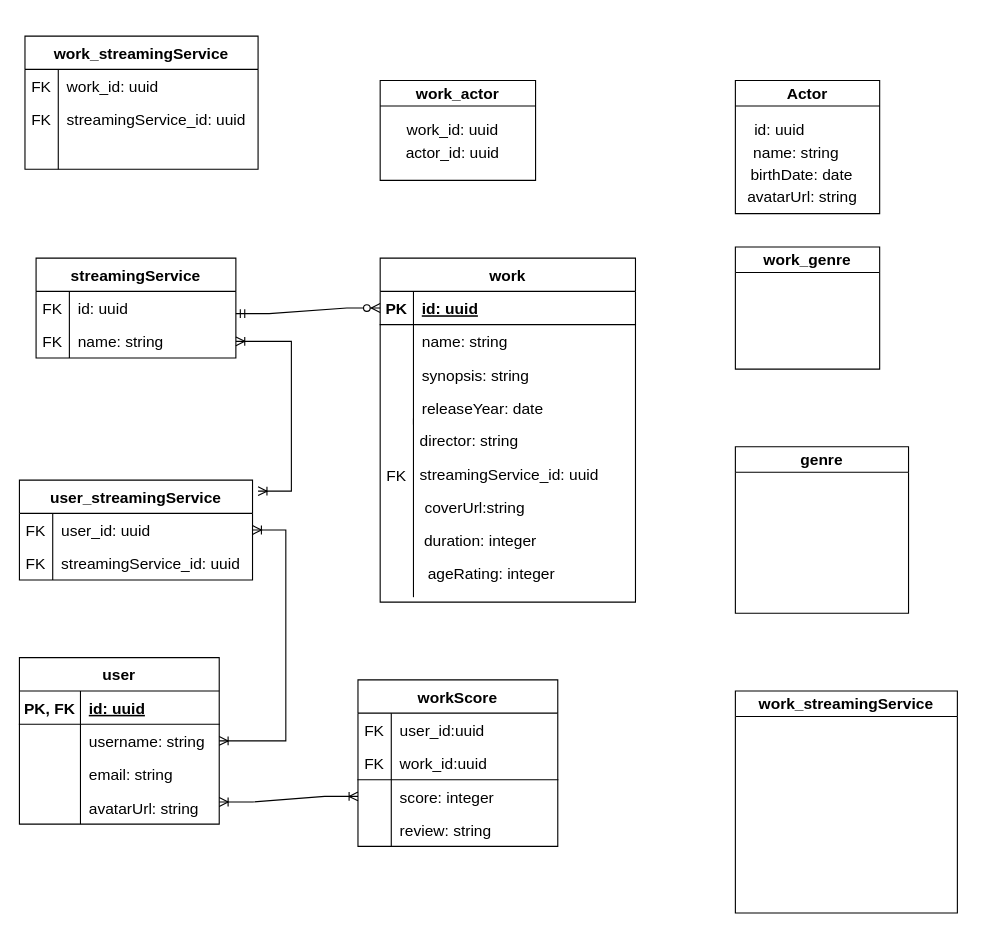
The draw.io diagram Diagrama sem nome.drawio in wiliansanello/videoteca-do-streaming, before the edit. Source tidied: cells renumbered, new cells numbered last; positions are measured from the earlier drawing's top-left corner, leaving out a move shared by most shapes. Both pictures are drawn from the tidied source at 111%, with x=0, y=0 at pixel (19, 36).
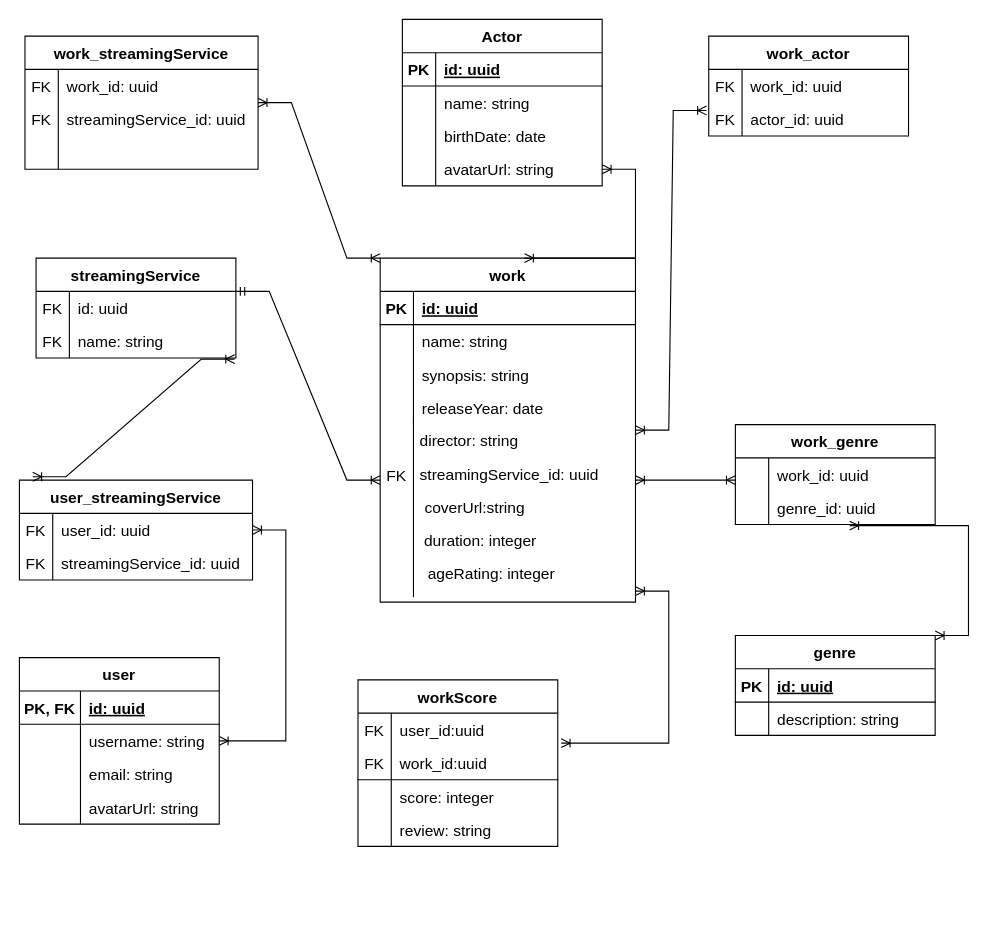
Above is the later version.

Commit message (it also covers changes not shown here):
Primeira versão

Unchanged cells that the change refers to:
```xml
<mxCell id="13" value="work" style="shape=table;startSize=30;childLayout=tableLayout;rowLines=0;fontStyle=1;align=center;fontSize=14;" parent="1" vertex="1">
  <mxGeometry x="325" y="200" width="230" height="310" as="geometry" />
</mxCell>
<mxCell id="14" style="shape=tableRow;horizontal=0;startSize=0;swimlaneHead=0;swimlaneBody=0;fillColor=none;points=[[0,0.5],[1,0.5]];portConstraint=eastwest;top=0;left=0;right=0;bottom=1;fontSize=14;" parent="13" vertex="1">
  <mxGeometry y="30" width="230" height="30" as="geometry" />
</mxCell>
<mxCell id="38" style="shape=tableRow;horizontal=0;startSize=0;swimlaneHead=0;swimlaneBody=0;fillColor=none;points=[[0,0.5],[1,0.5]];portConstraint=eastwest;top=0;left=0;right=0;bottom=0;fontSize=14;" parent="34" vertex="1">
  <mxGeometry y="60" width="180" height="30" as="geometry" />
</mxCell>
<mxCell id="41" value="user_streamingService" style="shape=table;startSize=30;childLayout=tableLayout;rowLines=0;fontStyle=1;align=center;fontSize=14;" parent="1" vertex="1">
  <mxGeometry y="400" width="210" height="90" as="geometry" />
</mxCell>
<mxCell id="69" style="shape=tableRow;horizontal=0;startSize=0;swimlaneHead=0;swimlaneBody=0;fillColor=none;points=[[0,0.5],[1,0.5]];portConstraint=eastwest;top=0;left=0;right=0;bottom=1;fontSize=14;" parent="65" vertex="1">
  <mxGeometry y="60" width="180" height="30" as="geometry" />
</mxCell>
<mxCell id="72" style="shape=tableRow;horizontal=0;startSize=0;swimlaneHead=0;swimlaneBody=0;fillColor=none;points=[[0,0.5],[1,0.5]];portConstraint=eastwest;top=0;left=0;right=0;bottom=0;fontSize=14;" parent="65" vertex="1">
  <mxGeometry y="90" width="180" height="30" as="geometry" />
</mxCell>
```

What changed in the source:
```diff
@@
-    <mxCell id="2" value="Actor" style="swimlane;whiteSpace=wrap;html=1;fontSize=14;" parent="1" vertex="1">
-      <mxGeometry x="645" y="40" width="130" height="120" as="geometry" />
-    </mxCell>
-    <mxCell id="3" value="id: uuid" style="text;html=1;strokeColor=none;fillColor=none;align=center;verticalAlign=middle;whiteSpace=wrap;rounded=0;fontSize=14;" parent="2" vertex="1">
-      <mxGeometry x="10" y="30" width="60" height="30" as="geometry" />
-    </mxCell>
-    <mxCell id="4" value="name: string" style="text;html=1;strokeColor=none;fillColor=none;align=center;verticalAlign=middle;whiteSpace=wrap;rounded=0;fontSize=14;" parent="2" vertex="1">
-      <mxGeometry x="5" y="50" width="100" height="30" as="geometry" />
-    </mxCell>
-    <mxCell id="5" value="birthDate: date" style="text;html=1;strokeColor=none;fillColor=none;align=center;verticalAlign=middle;whiteSpace=wrap;rounded=0;fontSize=14;" parent="2" vertex="1">
-      <mxGeometry x="5" y="70" width="110" height="30" as="geometry" />
-    </mxCell>
-    <mxCell id="6" value="avatarUrl: string" style="text;html=1;align=center;verticalAlign=middle;strokeColor=none;fillColor=none;fontSize=14;" parent="2" vertex="1">
-      <mxGeometry y="90" width="120" height="30" as="geometry" />
-    </mxCell>
-    <mxCell id="7" value="genre" style="swimlane;whiteSpace=wrap;html=1;fontSize=14;" parent="1" vertex="1">
-      <mxGeometry x="645" y="370" width="156" height="150" as="geometry" />
-    </mxCell>
-    <mxCell id="8" value="work_genre" style="swimlane;whiteSpace=wrap;html=1;fontSize=14;startSize=23;" parent="1" vertex="1">
-      <mxGeometry x="645" y="190" width="130" height="110" as="geometry" />
-    </mxCell>
-    <mxCell id="9" value="work_actor" style="swimlane;whiteSpace=wrap;html=1;fontSize=14;" parent="1" vertex="1">
-      <mxGeometry x="325" y="40" width="140" height="90" as="geometry" />
-    </mxCell>
-    <mxCell id="10" value="work_id: uuid" style="text;html=1;align=center;verticalAlign=middle;strokeColor=none;fillColor=none;fontSize=14;" parent="9" vertex="1">
-      <mxGeometry x="10" y="30" width="110" height="30" as="geometry" />
-    </mxCell>
-    <mxCell id="11" value="actor_id: uuid" style="text;html=1;align=center;verticalAlign=middle;strokeColor=none;fillColor=none;fontSize=14;" parent="9" vertex="1">
-      <mxGeometry x="10" y="50" width="110" height="30" as="geometry" />
-    </mxCell>
-    <mxCell id="12" value="work_streamingService" style="swimlane;whiteSpace=wrap;html=1;fontSize=14;" parent="1" vertex="1">
-      <mxGeometry x="645" y="590" width="200" height="200" as="geometry" />
-    </mxCell>
@@
-    <mxCell id="49" style="edgeStyle=entityRelationEdgeStyle;fontSize=12;html=1;endArrow=ERzeroToMany;startArrow=ERmandOne;rounded=0;entryX=0;entryY=0.5;entryDx=0;entryDy=0;" parent="1" edge="1" target="14">
-      <mxGeometry relative="1" as="geometry">
-        <mxPoint x="195" y="250" as="sourcePoint" />
-      </mxGeometry>
-    </mxCell>
@@
-    <mxCell id="64" style="edgeStyle=entityRelationEdgeStyle;fontSize=12;html=1;endArrow=ERoneToMany;startArrow=ERoneToMany;rounded=0;" parent="1" edge="1" target="38">
+    <mxCell id="64" style="edgeStyle=entityRelationEdgeStyle;fontSize=12;html=1;endArrow=ERoneToMany;startArrow=ERoneToMany;rounded=0;entryX=0.994;entryY=1.033;entryDx=0;entryDy=0;exitX=0.057;exitY=-0.033;exitDx=0;exitDy=0;entryPerimeter=0;exitPerimeter=0;" parent="1" edge="1" source="41" target="38">
       <mxGeometry x="-1" y="206" relative="1" as="geometry">
-        <mxPoint x="215" y="410" as="sourcePoint" />
         <mxPoint x="-180" y="106" as="offset" />
       </mxGeometry>
     </mxCell>
@@
-    <mxCell id="78" style="edgeStyle=entityRelationEdgeStyle;fontSize=12;html=1;endArrow=ERoneToMany;startArrow=ERoneToMany;rounded=0;entryX=0;entryY=0.5;entryDx=0;entryDy=0;" parent="1" edge="1" target="72">
+    <mxCell id="78" style="edgeStyle=entityRelationEdgeStyle;fontSize=12;html=1;endArrow=ERoneToMany;startArrow=ERoneToMany;rounded=0;entryX=1.017;entryY=-0.1;entryDx=0;entryDy=0;entryPerimeter=0;" parent="1" edge="1" target="69">
       <mxGeometry x="-1" y="73" relative="1" as="geometry">
-        <mxPoint x="180" y="690" as="sourcePoint" />
+        <mxPoint x="555" y="500" as="sourcePoint" />
         <mxPoint x="-70" y="53" as="offset" />
       </mxGeometry>
     </mxCell>
@@
+    <mxCell id="9" value="work_actor" style="shape=table;startSize=30;childLayout=tableLayout;rowLines=0;fontStyle=1;align=center;fontSize=14;" parent="1" vertex="1">
+      <mxGeometry x="621" width="180" height="90" as="geometry" />
+    </mxCell>
+    <mxCell id="89" style="shape=tableRow;horizontal=0;startSize=0;swimlaneHead=0;swimlaneBody=0;fillColor=none;top=0;left=0;right=0;bottom=0;fontSize=14;" parent="9" vertex="1">
+      <mxGeometry y="30" width="180" height="30" as="geometry" />
+    </mxCell>
+    <mxCell id="90" value="FK" style="shape=partialRectangle;fillColor=none;top=0;left=0;bottom=0;right=0;overflow=hidden;fontSize=14;" parent="89" vertex="1">
+      <mxGeometry width="30" height="30" as="geometry" />
+    </mxCell>
+    <mxCell id="91" value="work_id: uuid" style="shape=partialRectangle;fillColor=none;top=0;left=0;bottom=0;right=0;align=left;spacingLeft=6;overflow=hidden;fontSize=14;" parent="89" vertex="1">
+      <mxGeometry x="30" width="150" height="30" as="geometry" />
+    </mxCell>
+    <mxCell id="92" style="shape=tableRow;horizontal=0;startSize=0;swimlaneHead=0;swimlaneBody=0;fillColor=none;points=[[0,0.5],[1,0.5]];portConstraint=eastwest;top=0;left=0;right=0;bottom=0;fontSize=14;" parent="9" vertex="1">
+      <mxGeometry y="60" width="180" height="30" as="geometry" />
+    </mxCell>
+    <mxCell id="93" value="FK" style="shape=partialRectangle;fillColor=none;top=0;left=0;bottom=0;right=0;overflow=hidden;fontSize=14;" parent="92" vertex="1">
+      <mxGeometry width="30" height="30" as="geometry" />
+    </mxCell>
+    <mxCell id="11" value="actor_id: uuid" style="shape=partialRectangle;fillColor=none;top=0;left=0;bottom=0;right=0;align=left;spacingLeft=6;overflow=hidden;fontSize=14;" parent="92" vertex="1">
+      <mxGeometry x="30" width="150" height="30" as="geometry" />
+    </mxCell>
+    <mxCell id="94" style="edgeStyle=entityRelationEdgeStyle;fontSize=12;html=1;endArrow=ERoneToMany;startArrow=ERoneToMany;rounded=0;entryX=-0.011;entryY=0.233;entryDx=0;entryDy=0;entryPerimeter=0;" parent="1" edge="1" source="13" target="92">
+      <mxGeometry x="-0.39" y="-9" relative="1" as="geometry" />
+    </mxCell>
+    <mxCell id="95" style="edgeStyle=entityRelationEdgeStyle;fontSize=12;html=1;endArrow=ERoneToMany;startArrow=ERmandOne;rounded=0;" parent="1" edge="1">
+      <mxGeometry relative="1" as="geometry">
+        <mxPoint x="195" y="230" as="sourcePoint" />
+        <mxPoint x="325" y="400" as="targetPoint" />
+      </mxGeometry>
+    </mxCell>
+    <mxCell id="2" value="Actor" style="shape=table;startSize=30;childLayout=tableLayout;rowLines=0;fontStyle=1;align=center;fontSize=14;" parent="1" vertex="1">
+      <mxGeometry x="345" y="-15" width="180" height="150" as="geometry" />
+    </mxCell>
+    <mxCell id="96" style="shape=tableRow;horizontal=0;startSize=0;swimlaneHead=0;swimlaneBody=0;fillColor=none;top=0;left=0;right=0;bottom=1;fontSize=14;" parent="2" vertex="1">
+      <mxGeometry y="30" width="180" height="30" as="geometry" />
+    </mxCell>
+    <mxCell id="97" value="PK" style="shape=partialRectangle;fillColor=none;top=0;left=0;bottom=0;right=0;fontStyle=1;overflow=hidden;fontSize=14;" parent="96" vertex="1">
+      <mxGeometry width="30" height="30" as="geometry" />
+    </mxCell>
+    <mxCell id="98" value="id: uuid" style="shape=partialRectangle;fillColor=none;top=0;left=0;bottom=0;right=0;align=left;spacingLeft=6;fontStyle=5;overflow=hidden;fontSize=14;" parent="96" vertex="1">
+      <mxGeometry x="30" width="150" height="30" as="geometry" />
+    </mxCell>
+    <mxCell id="99" style="shape=tableRow;horizontal=0;startSize=0;swimlaneHead=0;swimlaneBody=0;fillColor=none;top=0;left=0;right=0;bottom=0;fontSize=14;" parent="2" vertex="1">
+      <mxGeometry y="60" width="180" height="30" as="geometry" />
+    </mxCell>
+    <mxCell id="100" style="shape=partialRectangle;fillColor=none;top=0;left=0;bottom=0;right=0;overflow=hidden;fontSize=14;" parent="99" vertex="1">
+      <mxGeometry width="30" height="30" as="geometry" />
+    </mxCell>
+    <mxCell id="4" value="name: string" style="shape=partialRectangle;fillColor=none;top=0;left=0;bottom=0;right=0;align=left;spacingLeft=6;overflow=hidden;fontSize=14;" parent="99" vertex="1">
+      <mxGeometry x="30" width="150" height="30" as="geometry" />
+    </mxCell>
+    <mxCell id="101" style="shape=tableRow;horizontal=0;startSize=0;swimlaneHead=0;swimlaneBody=0;fillColor=none;top=0;left=0;right=0;bottom=0;fontSize=14;" parent="2" vertex="1">
+      <mxGeometry y="90" width="180" height="30" as="geometry" />
+    </mxCell>
+    <mxCell id="102" style="shape=partialRectangle;fillColor=none;top=0;left=0;bottom=0;right=0;overflow=hidden;fontSize=14;" parent="101" vertex="1">
+      <mxGeometry width="30" height="30" as="geometry" />
+    </mxCell>
+    <mxCell id="5" value="birthDate: date" style="shape=partialRectangle;fillColor=none;top=0;left=0;bottom=0;right=0;align=left;spacingLeft=6;overflow=hidden;fontSize=14;" parent="101" vertex="1">
+      <mxGeometry x="30" width="150" height="30" as="geometry" />
+    </mxCell>
+    <mxCell id="103" style="shape=tableRow;horizontal=0;startSize=0;swimlaneHead=0;swimlaneBody=0;fillColor=none;points=[[0,0.5],[1,0.5]];portConstraint=eastwest;top=0;left=0;right=0;bottom=0;fontSize=14;" parent="2" vertex="1">
+      <mxGeometry y="120" width="180" height="30" as="geometry" />
+    </mxCell>
+    <mxCell id="104" style="shape=partialRectangle;fillColor=none;top=0;left=0;bottom=0;right=0;overflow=hidden;fontSize=14;" parent="103" vertex="1">
+      <mxGeometry width="30" height="30" as="geometry" />
+    </mxCell>
+    <mxCell id="6" value="avatarUrl: string" style="shape=partialRectangle;fillColor=none;top=0;left=0;bottom=0;right=0;align=left;spacingLeft=6;overflow=hidden;fontSize=14;" parent="103" vertex="1">
+      <mxGeometry x="30" width="150" height="30" as="geometry" />
+    </mxCell>
+    <mxCell id="8" value="work_genre" style="shape=table;startSize=30;childLayout=tableLayout;rowLines=0;fontStyle=1;align=center;fontSize=14;" parent="1" vertex="1">
+      <mxGeometry x="645" y="350" width="180" height="90" as="geometry" />
+    </mxCell>
+    <mxCell id="105" style="shape=tableRow;horizontal=0;startSize=0;swimlaneHead=0;swimlaneBody=0;fillColor=none;top=0;left=0;right=0;bottom=0;fontSize=14;" parent="8" vertex="1">
+      <mxGeometry y="30" width="180" height="30" as="geometry" />
+    </mxCell>
+    <mxCell id="106" style="shape=partialRectangle;fillColor=none;top=0;left=0;bottom=0;right=0;overflow=hidden;fontSize=14;" parent="105" vertex="1">
+      <mxGeometry width="30" height="30" as="geometry" />
+    </mxCell>
+    <mxCell id="107" value="work_id: uuid" style="shape=partialRectangle;fillColor=none;top=0;left=0;bottom=0;right=0;align=left;spacingLeft=6;overflow=hidden;fontSize=14;" parent="105" vertex="1">
+      <mxGeometry x="30" width="150" height="30" as="geometry" />
+    </mxCell>
+    <mxCell id="108" style="shape=tableRow;horizontal=0;startSize=0;swimlaneHead=0;swimlaneBody=0;fillColor=none;points=[[0,0.5],[1,0.5]];portConstraint=eastwest;top=0;left=0;right=0;bottom=0;fontSize=14;" parent="8" vertex="1">
+      <mxGeometry y="60" width="180" height="30" as="geometry" />
+    </mxCell>
+    <mxCell id="109" style="shape=partialRectangle;fillColor=none;top=0;left=0;bottom=0;right=0;overflow=hidden;fontSize=14;" parent="108" vertex="1">
+      <mxGeometry width="30" height="30" as="geometry" />
+    </mxCell>
+    <mxCell id="110" value="genre_id: uuid" style="shape=partialRectangle;fillColor=none;top=0;left=0;bottom=0;right=0;align=left;spacingLeft=6;overflow=hidden;fontSize=14;" parent="108" vertex="1">
+      <mxGeometry x="30" width="150" height="30" as="geometry" />
+    </mxCell>
+    <mxCell id="111" style="edgeStyle=entityRelationEdgeStyle;fontSize=12;html=1;endArrow=ERoneToMany;startArrow=ERoneToMany;rounded=0;" parent="1" edge="1" target="103">
+      <mxGeometry x="-1" y="82" relative="1" as="geometry">
+        <mxPoint x="455" y="200" as="sourcePoint" />
+        <mxPoint x="-20" y="2" as="offset" />
+      </mxGeometry>
+    </mxCell>
+    <mxCell id="7" value="genre" style="shape=table;startSize=30;childLayout=tableLayout;rowLines=0;fontStyle=1;align=center;fontSize=14;" parent="1" vertex="1">
+      <mxGeometry x="645" y="540" width="180" height="90" as="geometry" />
+    </mxCell>
+    <mxCell id="112" style="shape=tableRow;horizontal=0;startSize=0;swimlaneHead=0;swimlaneBody=0;fillColor=none;top=0;left=0;right=0;bottom=1;fontSize=14;" parent="7" vertex="1">
+      <mxGeometry y="30" width="180" height="30" as="geometry" />
+    </mxCell>
+    <mxCell id="113" value="PK" style="shape=partialRectangle;fillColor=none;top=0;left=0;bottom=0;right=0;fontStyle=1;overflow=hidden;fontSize=14;" parent="112" vertex="1">
+      <mxGeometry width="30" height="30" as="geometry" />
+    </mxCell>
+    <mxCell id="114" value="id: uuid" style="shape=partialRectangle;fillColor=none;top=0;left=0;bottom=0;right=0;align=left;spacingLeft=6;fontStyle=5;overflow=hidden;fontSize=14;" parent="112" vertex="1">
+      <mxGeometry x="30" width="150" height="30" as="geometry" />
+    </mxCell>
+    <mxCell id="115" style="shape=tableRow;horizontal=0;startSize=0;swimlaneHead=0;swimlaneBody=0;fillColor=none;top=0;left=0;right=0;bottom=0;fontSize=14;" parent="7" vertex="1">
+      <mxGeometry y="60" width="180" height="30" as="geometry" />
+    </mxCell>
+    <mxCell id="116" style="shape=partialRectangle;fillColor=none;top=0;left=0;bottom=0;right=0;overflow=hidden;fontSize=14;" parent="115" vertex="1">
+      <mxGeometry width="30" height="30" as="geometry" />
+    </mxCell>
+    <mxCell id="117" value="description: string" style="shape=partialRectangle;fillColor=none;top=0;left=0;bottom=0;right=0;align=left;spacingLeft=6;overflow=hidden;fontSize=14;" parent="115" vertex="1">
+      <mxGeometry x="30" width="150" height="30" as="geometry" />
+    </mxCell>
+    <mxCell id="118" style="edgeStyle=entityRelationEdgeStyle;fontSize=12;html=1;endArrow=ERoneToMany;startArrow=ERoneToMany;rounded=0;entryX=0;entryY=0;entryDx=0;entryDy=0;" parent="1" edge="1" target="13">
+      <mxGeometry relative="1" as="geometry">
+        <mxPoint x="215" y="60" as="sourcePoint" />
+      </mxGeometry>
+    </mxCell>
+    <mxCell id="119" style="edgeStyle=entityRelationEdgeStyle;fontSize=12;html=1;endArrow=ERoneToMany;startArrow=ERoneToMany;rounded=0;" parent="1" edge="1">
+      <mxGeometry relative="1" as="geometry">
+        <mxPoint x="555" y="400" as="sourcePoint" />
+        <mxPoint x="645" y="400" as="targetPoint" />
+      </mxGeometry>
+    </mxCell>
+    <mxCell id="120" style="edgeStyle=entityRelationEdgeStyle;fontSize=12;html=1;endArrow=ERoneToMany;startArrow=ERoneToMany;rounded=0;entryX=0.572;entryY=1.033;entryDx=0;entryDy=0;entryPerimeter=0;" parent="1" edge="1" target="108">
+      <mxGeometry relative="1" as="geometry">
+        <mxPoint x="825" y="540" as="sourcePoint" />
+      </mxGeometry>
+    </mxCell>
```
